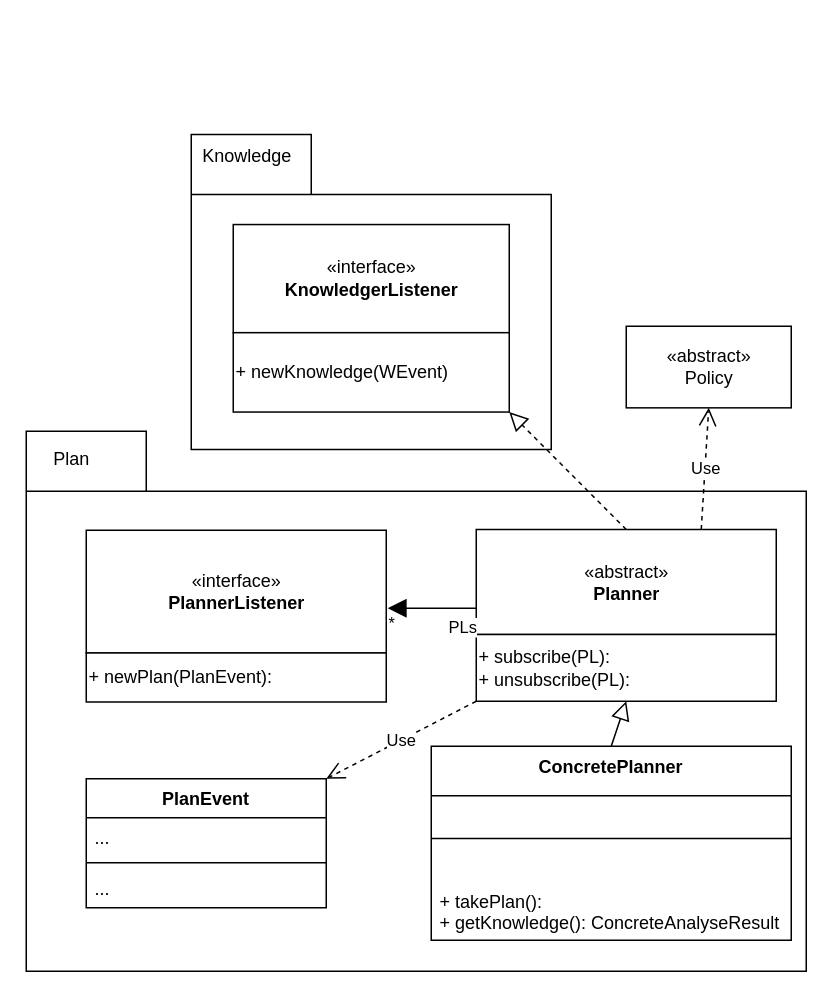
Above: fig/drawio/static_model_KP.drawio in Sylv-Lej/thesis-separation-concerns (draw.io), before the change. Source tidied: cells renumbered, new cells numbered last; positions are measured from the earlier drawing's top-left corner, leaving out a move shared by most shapes. Both pictures are drawn from the tidied source at 150%, with x=0, y=0 at pixel (26, 134).
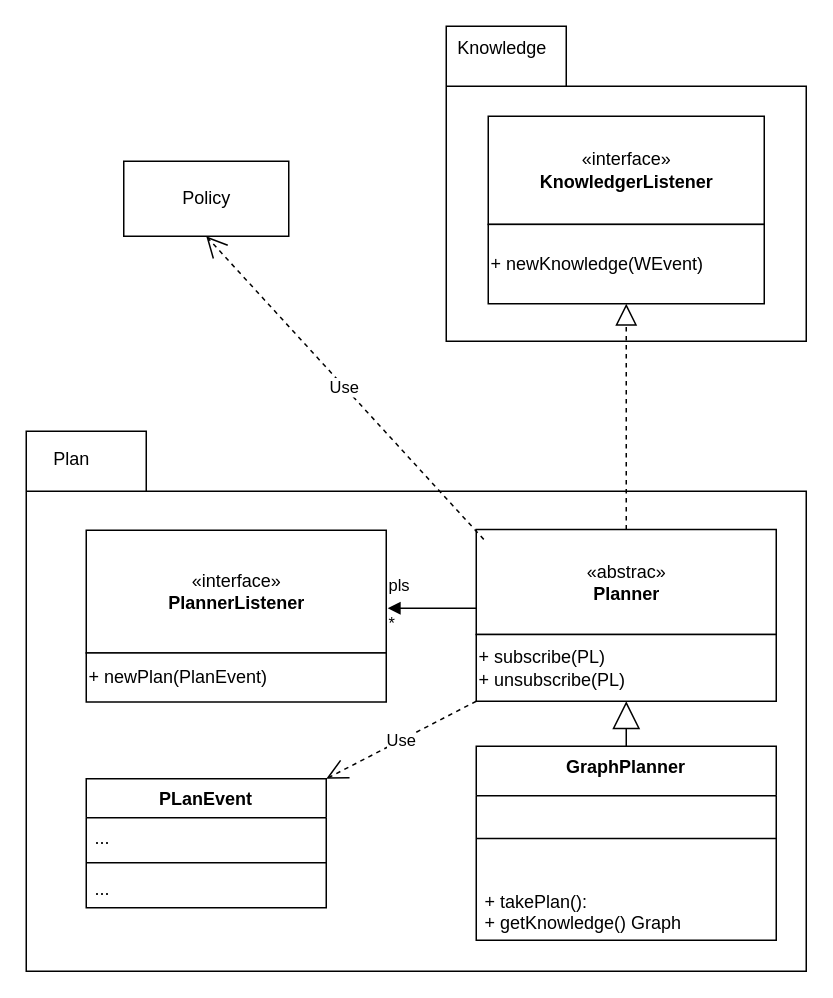
The same page after the edit.

The change refers to these unchanged cells:
```xml
<mxCell id="7" value="+ newKnowledge(WEvent)" style="html=1;align=left;" parent="5" vertex="1">
  <mxGeometry y="72.1" width="184" height="52.9" as="geometry" />
</mxCell>
<mxCell id="15" style="group;" parent="1" vertex="1">
  <mxGeometry x="300" y="263.5" width="200" height="114.5" as="geometry" />
</mxCell>
<mxCell id="20" style="group;" parent="1" vertex="1">
  <mxGeometry x="40" y="264" width="200" height="114.5" as="geometry" />
</mxCell>
<mxCell id="21" value="«interface»&lt;br&gt;&lt;span style=&quot;font-weight: 700&quot;&gt;PlannerListener&lt;/span&gt;" style="html=1;" parent="20" vertex="1">
  <mxGeometry width="200" height="81.8" as="geometry" />
</mxCell>
```

Change to the diagram source:
```diff
@@
     <mxCell id="2" style="group;" parent="1" vertex="1">
-      <mxGeometry x="110" y="0.2" width="240" height="210" as="geometry" />
+      <mxGeometry x="280" y="-72" width="240" height="210" as="geometry" />
     </mxCell>
@@
-    <mxCell id="12" value="ConcretePlanner" style="swimlane;fontStyle=1;align=center;verticalAlign=top;horizontal=1;startSize=33;" parent="1" vertex="1">
-      <mxGeometry x="270" y="408" width="240" height="129.4" as="geometry" />
+    <mxCell id="12" value="GraphPlanner" style="swimlane;fontStyle=1;align=center;verticalAlign=top;horizontal=1;startSize=33;" parent="1" vertex="1">
+      <mxGeometry x="300" y="408" width="200" height="129.4" as="geometry" />
     </mxCell>
     <mxCell id="13" style="line;strokeWidth=1;fillColor=none;align=left;verticalAlign=middle;spacingTop=-1;spacingLeft=3;spacingRight=3;labelPosition=right;" parent="12" vertex="1">
-      <mxGeometry y="33" width="240" height="57" as="geometry" />
+      <mxGeometry y="33" width="200" height="57" as="geometry" />
     </mxCell>
-    <mxCell id="14" value="+ takePlan():&#10;+ getKnowledge(): ConcreteAnalyseResult" style="text;strokeColor=none;fillColor=none;align=left;verticalAlign=top;spacingLeft=4;spacingRight=4;overflow=hidden;" parent="12" vertex="1">
-      <mxGeometry y="90" width="240" height="39.4" as="geometry" />
+    <mxCell id="14" value="+ takePlan():&#10;+ getKnowledge() Graph" style="text;strokeColor=none;fillColor=none;align=left;verticalAlign=top;spacingLeft=4;spacingRight=4;overflow=hidden;" parent="12" vertex="1">
+      <mxGeometry y="90" width="200" height="39.4" as="geometry" />
     </mxCell>
@@
-    <mxCell id="16" value="«abstract»&lt;br&gt;&lt;span style=&quot;font-weight: 700&quot;&gt;Planner&lt;/span&gt;" style="html=1;" parent="15" vertex="1">
+    <mxCell id="16" value="«abstrac»&lt;br&gt;&lt;span style=&quot;font-weight: 700&quot;&gt;Planner&lt;/span&gt;" style="html=1;" parent="15" vertex="1">
       <mxGeometry width="200" height="70" as="geometry" />
     </mxCell>
-    <mxCell id="17" value="+ subscribe(PL):&lt;br&gt;+ unsubscribe(PL):" style="html=1;align=left;" parent="15" vertex="1">
+    <mxCell id="17" value="+ subscribe(PL)&lt;br&gt;+ unsubscribe(PL)" style="html=1;align=left;" parent="15" vertex="1">
       <mxGeometry y="70" width="200" height="44.5" as="geometry" />
     </mxCell>
-    <mxCell id="18" value="«abstract»&lt;br&gt;Policy" style="html=1;" parent="1" vertex="1">
-      <mxGeometry x="400" y="128" width="110" height="54.4" as="geometry" />
+    <mxCell id="18" value="Policy" style="html=1;" parent="1" vertex="1">
+      <mxGeometry x="65" y="18" width="110" height="50" as="geometry" />
     </mxCell>
-    <mxCell id="19" value="Use" style="endArrow=open;endSize=10;dashed=1;html=1;rounded=0;exitX=0.75;exitY=0;exitDx=0;exitDy=0;entryX=0.5;entryY=1;entryDx=0;entryDy=0;" parent="1" edge="1" source="16" target="18">
+    <mxCell id="19" value="Use" style="endArrow=open;endSize=12;dashed=1;html=1;rounded=0;exitX=0.025;exitY=0.094;exitDx=0;exitDy=0;entryX=0.5;entryY=1;entryDx=0;entryDy=0;exitPerimeter=0;" parent="1" edge="1" source="16" target="18">
       <mxGeometry relative="1" as="geometry" />
     </mxCell>
@@
-    <mxCell id="22" value="+ newPlan(PlanEvent):" style="html=1;align=left;" parent="20" vertex="1">
+    <mxCell id="22" value="+ newPlan(PlanEvent)" style="html=1;align=left;" parent="20" vertex="1">
       <mxGeometry y="81.8" width="200" height="32.7" as="geometry" />
     </mxCell>
-    <mxCell id="23" style="endArrow=block;dashed=1;endFill=0;endSize=10;html=1;rounded=0;exitX=0.5;exitY=0;exitDx=0;exitDy=0;entryX=1;entryY=1;entryDx=0;entryDy=0;" parent="1" edge="1" source="16" target="7">
+    <mxCell id="23" style="endArrow=block;dashed=1;endFill=0;endSize=12;html=1;rounded=0;exitX=0.5;exitY=0;exitDx=0;exitDy=0;entryX=0.5;entryY=1;entryDx=0;entryDy=0;" parent="1" edge="1" source="16" target="7">
       <mxGeometry relative="1" as="geometry" />
     </mxCell>
-    <mxCell id="24" style="endArrow=block;endSize=10;endFill=0;html=1;rounded=0;exitX=0.5;exitY=0;exitDx=0;exitDy=0;entryX=0.5;entryY=1;entryDx=0;entryDy=0;" parent="1" edge="1" source="12" target="17">
+    <mxCell id="24" style="endArrow=block;endSize=16;endFill=0;html=1;rounded=0;exitX=0.5;exitY=0;exitDx=0;exitDy=0;entryX=0.5;entryY=1;entryDx=0;entryDy=0;" parent="1" edge="1" source="12" target="17">
       <mxGeometry relative="1" as="geometry" />
     </mxCell>
-    <mxCell id="25" value="PLs" style="endArrow=block;endFill=1;html=1;edgeStyle=orthogonalEdgeStyle;align=left;verticalAlign=top;rounded=0;exitX=0;exitY=0.75;exitDx=0;exitDy=0;entryX=1.005;entryY=0.636;entryDx=0;entryDy=0;entryPerimeter=0;endSize=10;" parent="1" edge="1" source="16" target="21">
-      <mxGeometry x="-0.32" relative="1" as="geometry" />
+    <mxCell id="25" value="pls" style="endArrow=block;endFill=1;html=1;edgeStyle=orthogonalEdgeStyle;align=left;verticalAlign=top;rounded=0;exitX=0;exitY=0.75;exitDx=0;exitDy=0;entryX=1.005;entryY=0.636;entryDx=0;entryDy=0;entryPerimeter=0;" parent="1" edge="1" source="16" target="21">
+      <mxGeometry x="1" y="-28" relative="1" as="geometry">
+        <mxPoint x="-1" as="offset" />
+      </mxGeometry>
     </mxCell>
@@
-    <mxCell id="27" value="PlanEvent" style="swimlane;fontStyle=1;align=center;verticalAlign=top;horizontal=1;startSize=26;" parent="1" vertex="1">
+    <mxCell id="27" value="PLanEvent" style="swimlane;fontStyle=1;align=center;verticalAlign=top;horizontal=1;startSize=26;" parent="1" vertex="1">
       <mxGeometry x="40" y="429.7" width="160" height="86" as="geometry" />
     </mxCell>
@@
-    <mxCell id="31" value="Use" style="endArrow=open;endSize=10;dashed=1;html=1;rounded=0;exitX=0;exitY=1;exitDx=0;exitDy=0;entryX=1;entryY=0;entryDx=0;entryDy=0;" parent="1" edge="1" source="17" target="27">
+    <mxCell id="31" value="Use" style="endArrow=open;endSize=12;dashed=1;html=1;rounded=0;exitX=0;exitY=1;exitDx=0;exitDy=0;entryX=1;entryY=0;entryDx=0;entryDy=0;" parent="1" edge="1" source="17" target="27">
       <mxGeometry relative="1" as="geometry" />
     </mxCell>
```
